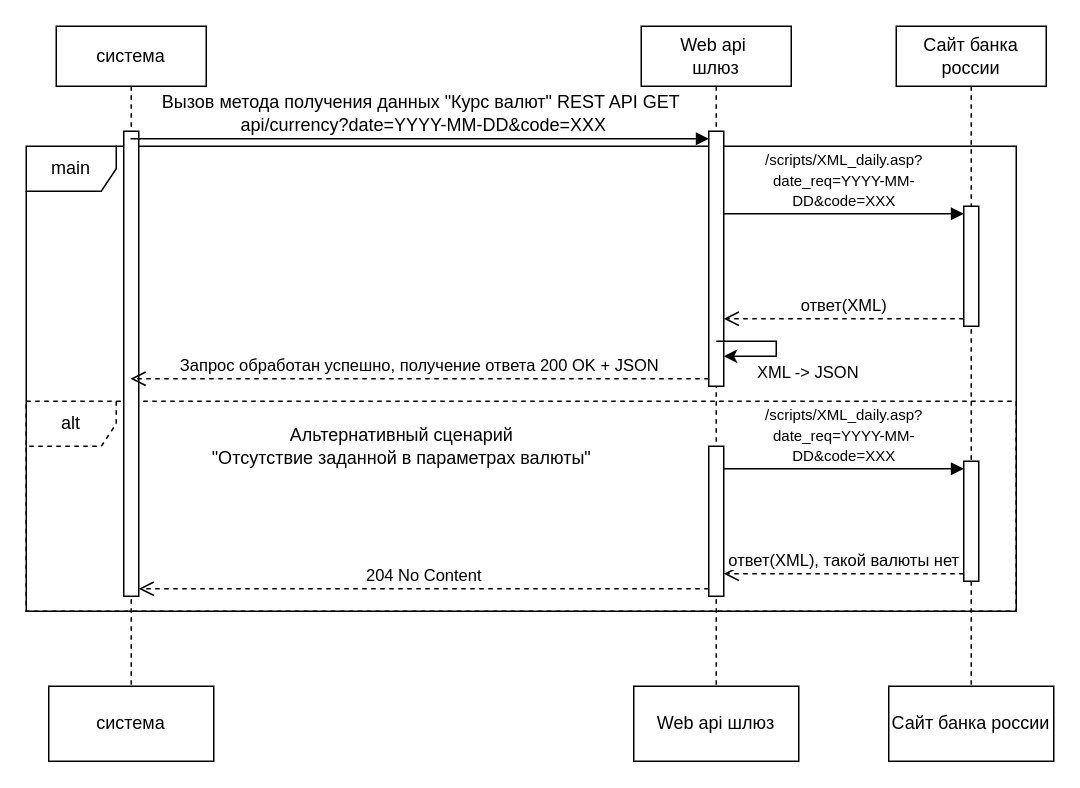
The draw.io diagram test1.drawio in bulkhukou/redesigned-octo-broccoli, before the edit. Source tidied: cells renumbered, new cells numbered last; positions are measured from the earlier drawing's top-left corner, leaving out a move shared by most shapes. Both pictures are drawn from the tidied source at 150%, with x=0, y=0 at pixel (26, 26).
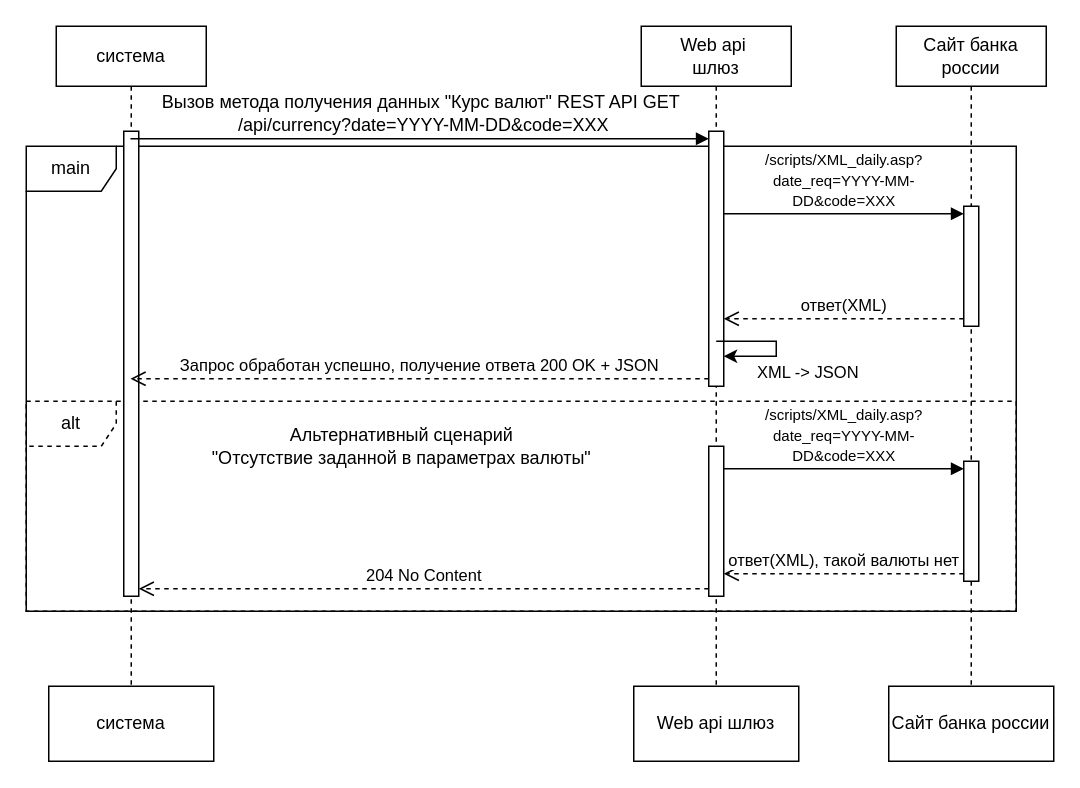
The same diagram, later.

The change refers to these unchanged cells:
```xml
<mxCell id="5" style="html=1;points=[[0,0,0,0,5],[0,1,0,0,-5],[1,0,0,0,5],[1,1,0,0,-5]];perimeter=orthogonalPerimeter;outlineConnect=0;targetShapes=umlLifeline;portConstraint=eastwest;newEdgeStyle={&quot;curved&quot;:0,&quot;rounded&quot;:0};" parent="4" vertex="1">
  <mxGeometry x="45" y="70" width="10" height="170" as="geometry" />
</mxCell>
<mxCell id="9" value="система" style="shape=umlLifeline;perimeter=lifelinePerimeter;whiteSpace=wrap;html=1;outlineConnect=0;portConstraint=eastwest;newEdgeStyle={&quot;curved&quot;:0,&quot;rounded&quot;:0};" parent="1" vertex="1">
  <mxGeometry x="20" width="100" height="440" as="geometry" />
</mxCell>
```

What changed in the source:
```diff
@@
-    <mxCell id="11" value="&lt;span style=&quot;font-size: 12px;&quot;&gt;&lt;font style=&quot;color: rgb(0, 0, 0);&quot;&gt;Вызов метода получения данных &quot;Курс валют&quot; REST API GET&lt;br&gt;&amp;nbsp;api/currency?date=YYYY-MM-DD&amp;amp;code=XXX&lt;/font&gt;&lt;/span&gt;" style="html=1;verticalAlign=bottom;endArrow=block;curved=0;rounded=0;entryX=0;entryY=0;entryDx=0;entryDy=5;" parent="1" edge="1" source="9" target="5">
+    <mxCell id="11" value="&lt;span style=&quot;font-size: 12px;&quot;&gt;&lt;font style=&quot;color: rgb(0, 0, 0);&quot;&gt;Вызов метода получения данных &quot;Курс валют&quot; REST API GET&lt;br&gt;&amp;nbsp;/api/currency?date=YYYY-MM-DD&amp;amp;code=XXX&lt;/font&gt;&lt;/span&gt;" style="html=1;verticalAlign=bottom;endArrow=block;curved=0;rounded=0;entryX=0;entryY=0;entryDx=0;entryDy=5;" parent="1" edge="1" source="9" target="5">
       <mxGeometry relative="1" as="geometry" />
     </mxCell>
```
